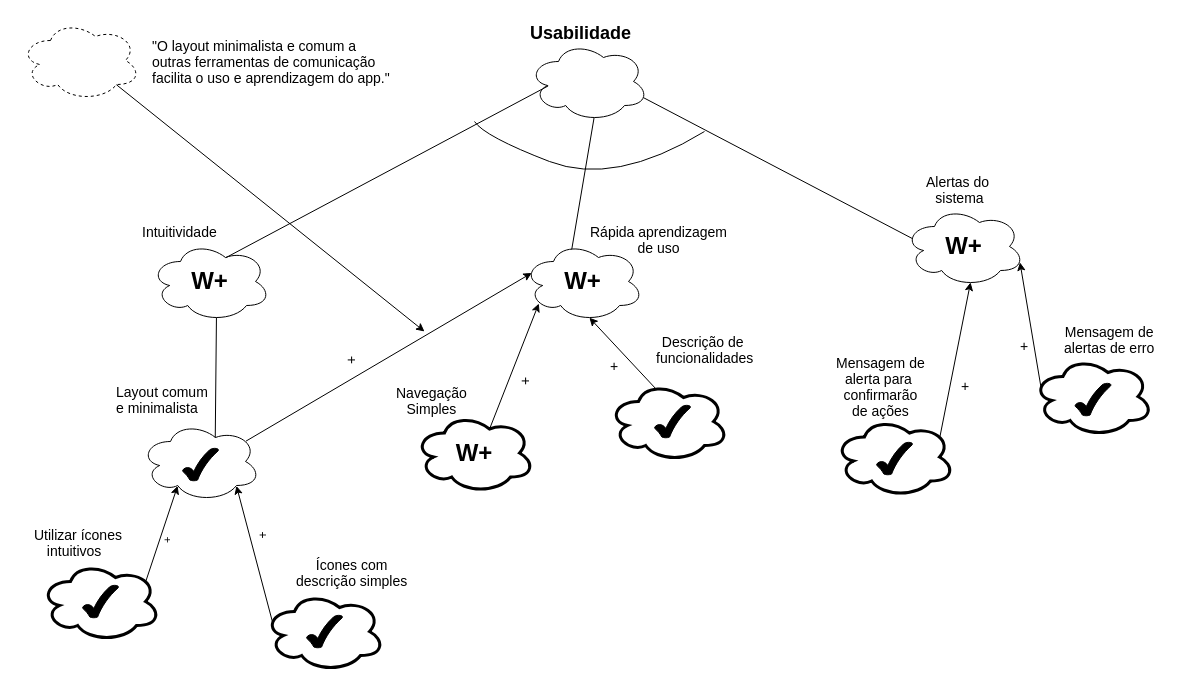
MarcosNBJ/2019.1-RocketChat keeps this draw.io diagram as docs/img/Modelagem/nfr_usabilidade_v1.png. Above is the earlier version. Source tidied: cells renumbered, new cells last; positions are measured from the earlier drawing's top-left corner, leaving out a move shared by most shapes.
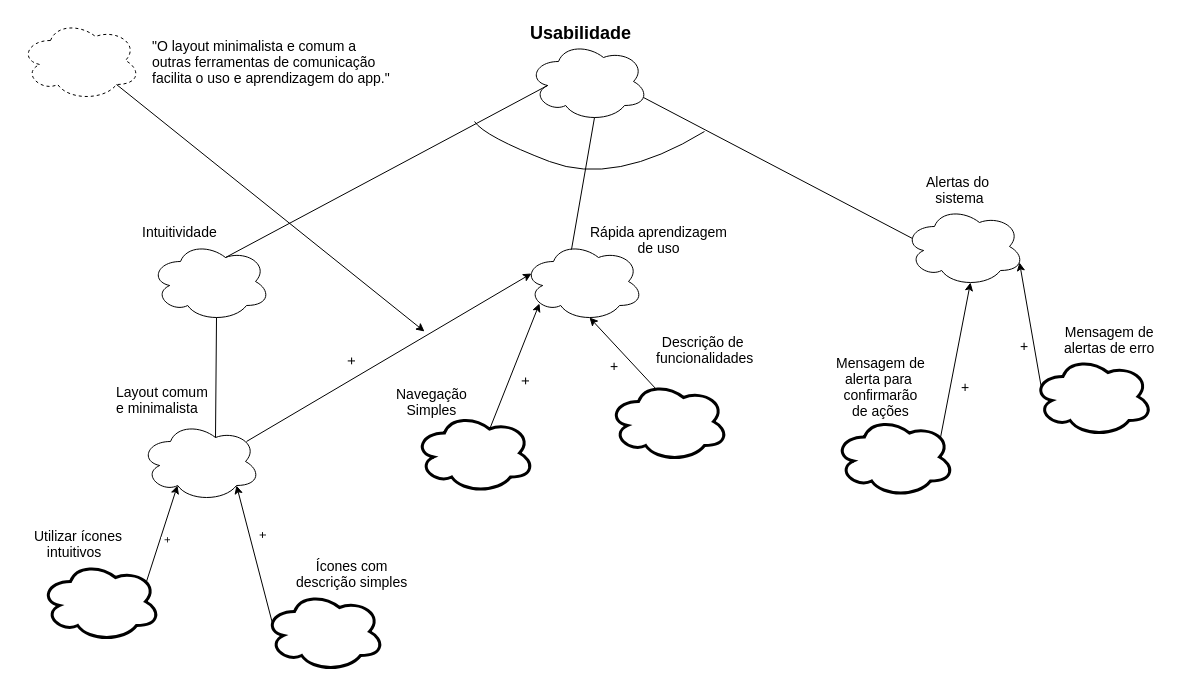
The same diagram one commit later.

The edit, as a diff of the source:
```diff
@@ -8,7 +8,7 @@
     <mxCell id="3" value="&lt;font style=&quot;font-size: 18px&quot;&gt;&lt;b&gt;Usabilidade&lt;/b&gt;&lt;/font&gt;" style="text;html=1;align=left;verticalAlign=top;spacingTop=-4;" parent="1" vertex="1">
       <mxGeometry x="507.5" width="120" height="20" as="geometry" />
     </mxCell>
-    <mxCell id="4" value="&lt;font style=&quot;font-size: 24px&quot;&gt;&lt;b&gt;W+&lt;/b&gt;&lt;/font&gt;" style="ellipse;shape=cloud;whiteSpace=wrap;html=1;" parent="1" vertex="1">
+    <mxCell id="4" style="ellipse;shape=cloud;whiteSpace=wrap;html=1;" parent="1" vertex="1">
       <mxGeometry x="503" y="221" width="120" height="80" as="geometry" />
     </mxCell>
     <mxCell id="5" value="&lt;div style=&quot;text-align: center&quot;&gt;&lt;span style=&quot;font-size: 14px&quot;&gt;Rápida aprendizagem&lt;/span&gt;&lt;/div&gt;&lt;span style=&quot;font-size: 14px&quot;&gt;&lt;div style=&quot;text-align: center&quot;&gt;&lt;span&gt;de uso&lt;/span&gt;&lt;/div&gt;&lt;/span&gt;" style="text;html=1;align=left;verticalAlign=top;spacingTop=-4;rotation=0;" parent="1" vertex="1">
@@ -17,7 +17,7 @@
     <mxCell id="6" style="endArrow=none;html=1;entryX=0.55;entryY=0.95;entryDx=0;entryDy=0;entryPerimeter=0;exitX=0.4;exitY=0.1;exitDx=0;exitDy=0;exitPerimeter=0;" parent="1" edge="1" source="4" target="2">
       <mxGeometry relative="1" as="geometry" />
     </mxCell>
-    <mxCell id="7" value="&lt;font style=&quot;font-size: 24px&quot;&gt;&lt;b&gt;W+&lt;/b&gt;&lt;/font&gt;" style="ellipse;shape=cloud;whiteSpace=wrap;html=1;" parent="1" vertex="1">
+    <mxCell id="7" style="ellipse;shape=cloud;whiteSpace=wrap;html=1;" parent="1" vertex="1">
       <mxGeometry x="130" y="221" width="120" height="80" as="geometry" />
     </mxCell>
     <mxCell id="8" value="&lt;font style=&quot;font-size: 14px&quot;&gt;Intuitividade&lt;/font&gt;" style="text;html=1;align=left;verticalAlign=top;spacingTop=-4;" parent="1" vertex="1">
@@ -26,7 +26,7 @@
     <mxCell id="9" style="endArrow=none;html=1;exitX=0.625;exitY=0.2;exitDx=0;exitDy=0;exitPerimeter=0;entryX=0.16;entryY=0.55;entryDx=0;entryDy=0;entryPerimeter=0;" parent="1" edge="1" source="7" target="2">
       <mxGeometry relative="1" as="geometry" />
     </mxCell>
-    <mxCell id="10" value="&lt;font style=&quot;font-size: 24px&quot;&gt;&lt;b&gt;W+&lt;/b&gt;&lt;/font&gt;" style="ellipse;shape=cloud;whiteSpace=wrap;html=1;strokeWidth=3;" parent="1" vertex="1">
+    <mxCell id="10" style="ellipse;shape=cloud;whiteSpace=wrap;html=1;strokeWidth=3;" parent="1" vertex="1">
       <mxGeometry x="394" y="392.5" width="120" height="80" as="geometry" />
     </mxCell>
     <mxCell id="11" value="&lt;div style=&quot;text-align: center&quot;&gt;&lt;span style=&quot;font-size: 14px&quot;&gt;Navegação&lt;/span&gt;&lt;/div&gt;&lt;font style=&quot;font-size: 14px&quot;&gt;&lt;div style=&quot;text-align: center&quot;&gt;&lt;span&gt;Simples&lt;/span&gt;&lt;/div&gt;&lt;/font&gt;" style="text;html=1;align=left;verticalAlign=top;spacingTop=-4;" parent="1" vertex="1">
@@ -52,9 +52,6 @@
         <mxPoint x="-17.5" y="-13" as="offset" />
       </mxGeometry>
     </mxCell>
-    <mxCell id="18" style="verticalLabelPosition=bottom;verticalAlign=top;html=1;shape=mxgraph.basic.tick;strokeWidth=1;fillColor=#000000;" parent="1" vertex="1">
-      <mxGeometry x="634" y="384.5" width="36" height="33" as="geometry" />
-    </mxCell>
     <mxCell id="19" style="ellipse;shape=cloud;whiteSpace=wrap;html=1;" parent="1" vertex="1">
       <mxGeometry x="120" y="401" width="120" height="80" as="geometry" />
     </mxCell>
@@ -85,16 +82,7 @@
     <mxCell id="28" value="+" style="text;html=1;align=center;verticalAlign=top;labelBackgroundColor=#ffffff;labelPosition=center;verticalLabelPosition=middle;horizontal=0;" parent="27" vertex="1">
       <mxGeometry x="0.28" y="1" relative="1" as="geometry" />
     </mxCell>
-    <mxCell id="29" style="verticalLabelPosition=bottom;verticalAlign=top;html=1;shape=mxgraph.basic.tick;strokeWidth=1;fillColor=#000000;" parent="1" vertex="1">
-      <mxGeometry x="162" y="427.5" width="36" height="33" as="geometry" />
-    </mxCell>
-    <mxCell id="30" style="verticalLabelPosition=bottom;verticalAlign=top;html=1;shape=mxgraph.basic.tick;strokeWidth=1;fillColor=#000000;" parent="1" vertex="1">
-      <mxGeometry x="62" y="564.5" width="36" height="33" as="geometry" />
-    </mxCell>
-    <mxCell id="31" style="verticalLabelPosition=bottom;verticalAlign=top;html=1;shape=mxgraph.basic.tick;strokeWidth=1;fillColor=#000000;" parent="1" vertex="1">
-      <mxGeometry x="286" y="594.5" width="36" height="33" as="geometry" />
-    </mxCell>
-    <mxCell id="32" value="&lt;font style=&quot;font-size: 24px&quot;&gt;&lt;b&gt;W+&lt;/b&gt;&lt;/font&gt;" style="ellipse;shape=cloud;whiteSpace=wrap;html=1;" parent="1" vertex="1">
+    <mxCell id="32" style="ellipse;shape=cloud;whiteSpace=wrap;html=1;" parent="1" vertex="1">
       <mxGeometry x="884" y="186" width="120" height="80" as="geometry" />
     </mxCell>
     <mxCell id="33" value="&lt;div style=&quot;text-align: center&quot;&gt;&lt;span style=&quot;font-size: 14px&quot;&gt;Alertas do&amp;nbsp;&lt;/span&gt;&lt;/div&gt;&lt;font style=&quot;font-size: 14px&quot;&gt;&lt;div style=&quot;text-align: center&quot;&gt;&lt;span&gt;sistema&lt;/span&gt;&lt;/div&gt;&lt;/font&gt;" style="text;html=1;align=left;verticalAlign=top;spacingTop=-4;" parent="1" vertex="1">
@@ -115,12 +103,6 @@
     <mxCell id="38" value="&lt;div style=&quot;text-align: center&quot;&gt;&lt;span style=&quot;font-size: 14px&quot;&gt;Mensagem de&lt;/span&gt;&lt;/div&gt;&lt;div style=&quot;text-align: center&quot;&gt;&lt;span style=&quot;font-size: 14px&quot;&gt;alerta para&amp;nbsp;&lt;/span&gt;&lt;/div&gt;&lt;div style=&quot;text-align: center&quot;&gt;&lt;span style=&quot;font-size: 14px&quot;&gt;confirmarão&lt;/span&gt;&lt;/div&gt;&lt;div style=&quot;text-align: center&quot;&gt;&lt;span style=&quot;font-size: 14px&quot;&gt;de&amp;nbsp;&lt;/span&gt;&lt;span style=&quot;font-size: 14px&quot;&gt;ações&lt;/span&gt;&lt;/div&gt;" style="text;html=1;align=left;verticalAlign=top;spacingTop=-4;" parent="1" vertex="1">
       <mxGeometry x="814" y="331.5" width="100" height="60" as="geometry" />
     </mxCell>
-    <mxCell id="39" style="verticalLabelPosition=bottom;verticalAlign=top;html=1;shape=mxgraph.basic.tick;strokeWidth=1;fillColor=#000000;" parent="1" vertex="1">
-      <mxGeometry x="856" y="421.5" width="36" height="33" as="geometry" />
-    </mxCell>
-    <mxCell id="40" style="verticalLabelPosition=bottom;verticalAlign=top;html=1;shape=mxgraph.basic.tick;strokeWidth=1;fillColor=#000000;" parent="1" vertex="1">
-      <mxGeometry x="1054.5" y="362.5" width="36" height="33" as="geometry" />
-    </mxCell>
     <mxCell id="41" style="endArrow=classic;html=1;fontSize=14;align=right;entryX=0.55;entryY=0.95;entryDx=0;entryDy=0;entryPerimeter=0;exitX=0.88;exitY=0.25;exitDx=0;exitDy=0;exitPerimeter=0;" parent="1" edge="1" source="37" target="32">
       <mxGeometry relative="1" as="geometry" />
     </mxCell>
```
